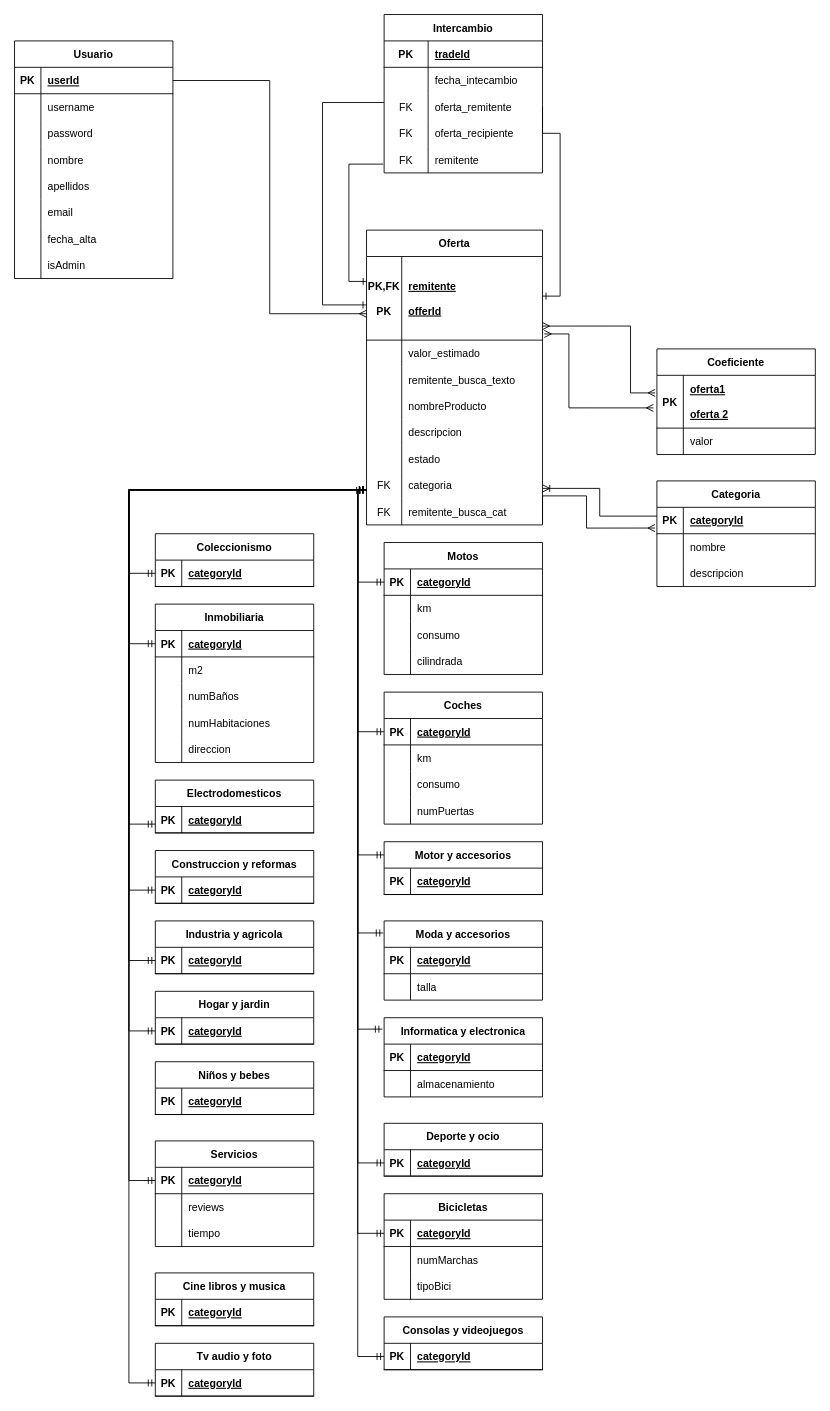
Before: ERD 01.drawio in Tomasdelpinorep/Proyecto-Final, a draw.io diagram. Source tidied: cells renumbered, new cells numbered last; positions are measured from the earlier drawing's top-left corner, leaving out a move shared by most shapes. Both pictures are drawn from the tidied source at 88%, with x=0, y=0 at pixel (14, 14).
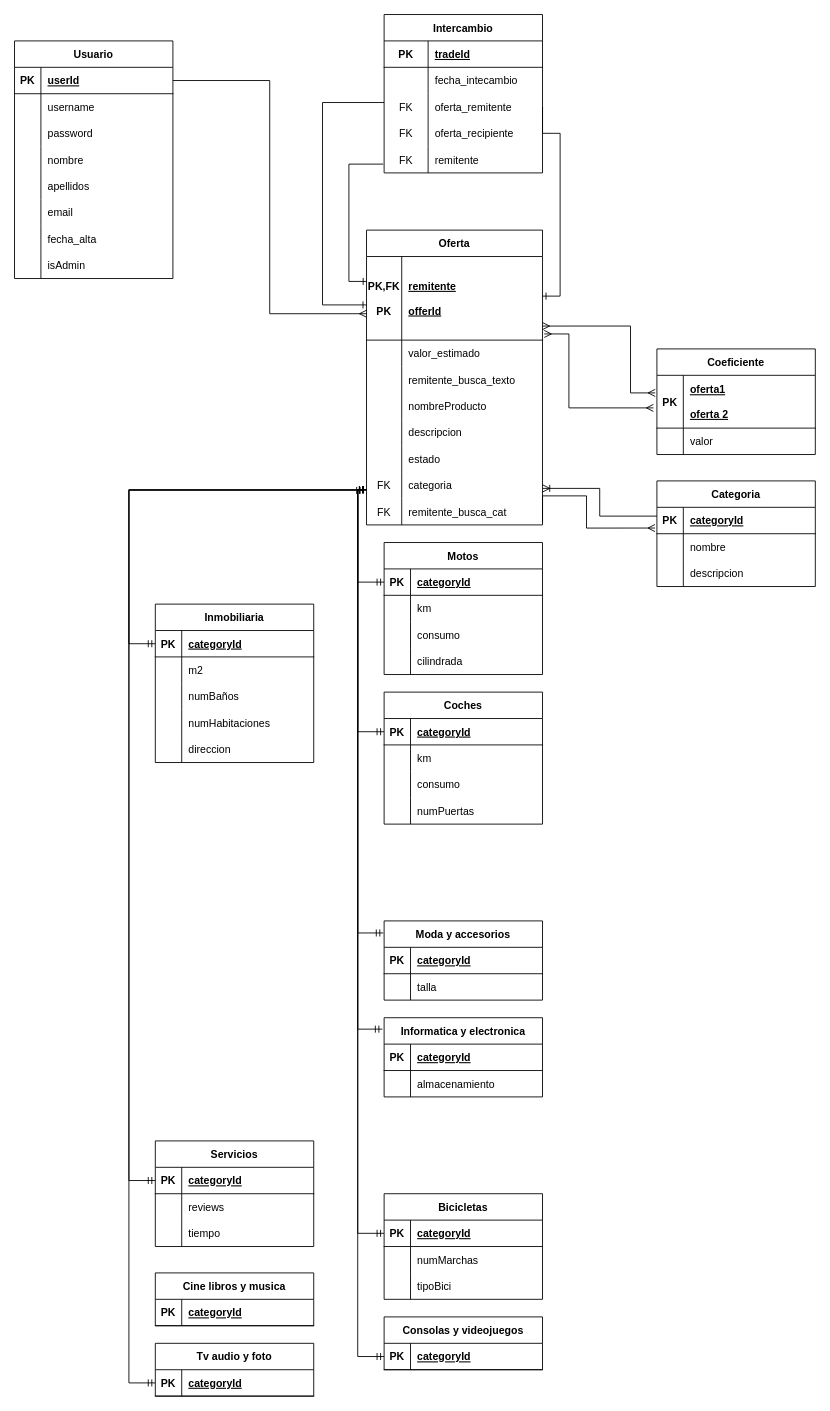
Above is the later version.

Unchanged cells that the change refers to:
```xml
<mxCell id="46" style="shape=tableRow;horizontal=0;startSize=0;swimlaneHead=0;swimlaneBody=0;fillColor=none;points=[[0,0.5],[1,0.5]];portConstraint=eastwest;top=0;left=0;right=0;bottom=0;" parent="27" vertex="1">
  <mxGeometry y="275" width="200" height="30" as="geometry" />
</mxCell>
```

What changed in the source:
```diff
@@
-    <mxCell id="129" value="Motor y accesorios" style="shape=table;startSize=30;childLayout=tableLayout;rowLines=0;fontStyle=1;align=center;" parent="1" vertex="1">
-      <mxGeometry x="420" y="940" width="180" height="60" as="geometry" />
-    </mxCell>
-    <mxCell id="130" style="shape=tableRow;horizontal=0;startSize=0;swimlaneHead=0;swimlaneBody=0;fillColor=none;top=0;left=0;right=0;bottom=1;" parent="129" vertex="1">
-      <mxGeometry y="30" width="180" height="30" as="geometry" />
-    </mxCell>
-    <mxCell id="131" value="PK" style="shape=partialRectangle;fillColor=none;top=0;left=0;bottom=0;right=0;fontStyle=1;overflow=hidden;" parent="130" vertex="1">
-      <mxGeometry width="30" height="30" as="geometry" />
-    </mxCell>
-    <mxCell id="132" value="categoryId" style="shape=partialRectangle;fillColor=none;top=0;left=0;bottom=0;right=0;align=left;spacingLeft=6;fontStyle=5;overflow=hidden;" parent="130" vertex="1">
-      <mxGeometry x="30" width="150" height="30" as="geometry" />
-    </mxCell>
@@
-    <mxCell id="167" value="Deporte y ocio" style="shape=table;startSize=30;childLayout=tableLayout;rowLines=0;fontStyle=1;align=center;" parent="1" vertex="1">
-      <mxGeometry x="420" y="1260" width="180" height="60" as="geometry" />
-    </mxCell>
-    <mxCell id="168" style="shape=tableRow;horizontal=0;startSize=0;swimlaneHead=0;swimlaneBody=0;fillColor=none;points=[[0,0.5],[1,0.5]];portConstraint=eastwest;top=0;left=0;right=0;bottom=1;" parent="167" vertex="1">
-      <mxGeometry y="30" width="180" height="30" as="geometry" />
-    </mxCell>
-    <mxCell id="169" value="PK" style="shape=partialRectangle;fillColor=none;top=0;left=0;bottom=0;right=0;fontStyle=1;overflow=hidden;" parent="168" vertex="1">
-      <mxGeometry width="30" height="30" as="geometry" />
-    </mxCell>
-    <mxCell id="170" value="categoryId" style="shape=partialRectangle;fillColor=none;top=0;left=0;bottom=0;right=0;align=left;spacingLeft=6;fontStyle=5;overflow=hidden;" parent="168" vertex="1">
-      <mxGeometry x="30" width="150" height="30" as="geometry" />
-    </mxCell>
@@
-    <mxCell id="185" value="Hogar y jardin" style="shape=table;startSize=30;childLayout=tableLayout;rowLines=0;fontStyle=1;align=center;" parent="1" vertex="1">
-      <mxGeometry x="160" y="1110" width="180" height="60" as="geometry" />
-    </mxCell>
-    <mxCell id="186" style="shape=tableRow;horizontal=0;startSize=0;swimlaneHead=0;swimlaneBody=0;fillColor=none;top=0;left=0;right=0;bottom=1;" parent="185" vertex="1">
-      <mxGeometry y="30" width="180" height="30" as="geometry" />
-    </mxCell>
-    <mxCell id="187" value="PK" style="shape=partialRectangle;fillColor=none;top=0;left=0;bottom=0;right=0;fontStyle=1;overflow=hidden;" parent="186" vertex="1">
-      <mxGeometry width="30" height="30" as="geometry" />
-    </mxCell>
-    <mxCell id="188" value="categoryId" style="shape=partialRectangle;fillColor=none;top=0;left=0;bottom=0;right=0;align=left;spacingLeft=6;fontStyle=5;overflow=hidden;" parent="186" vertex="1">
-      <mxGeometry x="30" width="150" height="30" as="geometry" />
-    </mxCell>
-    <mxCell id="189" value="Electrodomesticos" style="shape=table;startSize=30;childLayout=tableLayout;rowLines=0;fontStyle=1;align=center;" parent="1" vertex="1">
-      <mxGeometry x="160" y="870" width="180" height="60" as="geometry" />
-    </mxCell>
-    <mxCell id="190" style="shape=tableRow;horizontal=0;startSize=0;swimlaneHead=0;swimlaneBody=0;fillColor=none;points=[[0,0.5],[1,0.5]];portConstraint=eastwest;top=0;left=0;right=0;bottom=1;" parent="189" vertex="1">
-      <mxGeometry y="30" width="180" height="30" as="geometry" />
-    </mxCell>
-    <mxCell id="191" value="PK" style="shape=partialRectangle;fillColor=none;top=0;left=0;bottom=0;right=0;fontStyle=1;overflow=hidden;" parent="190" vertex="1">
-      <mxGeometry width="30" height="30" as="geometry" />
-    </mxCell>
-    <mxCell id="192" value="categoryId" style="shape=partialRectangle;fillColor=none;top=0;left=0;bottom=0;right=0;align=left;spacingLeft=6;fontStyle=5;overflow=hidden;" parent="190" vertex="1">
-      <mxGeometry x="30" width="150" height="30" as="geometry" />
-    </mxCell>
@@
-    <mxCell id="197" value="Niños y bebes" style="shape=table;startSize=30;childLayout=tableLayout;rowLines=0;fontStyle=1;align=center;" parent="1" vertex="1">
-      <mxGeometry x="160" y="1190" width="180" height="60" as="geometry" />
-    </mxCell>
-    <mxCell id="198" style="shape=tableRow;horizontal=0;startSize=0;swimlaneHead=0;swimlaneBody=0;fillColor=none;top=0;left=0;right=0;bottom=1;" parent="197" vertex="1">
-      <mxGeometry y="30" width="180" height="30" as="geometry" />
-    </mxCell>
-    <mxCell id="199" value="PK" style="shape=partialRectangle;fillColor=none;top=0;left=0;bottom=0;right=0;fontStyle=1;overflow=hidden;" parent="198" vertex="1">
-      <mxGeometry width="30" height="30" as="geometry" />
-    </mxCell>
-    <mxCell id="200" value="categoryId" style="shape=partialRectangle;fillColor=none;top=0;left=0;bottom=0;right=0;align=left;spacingLeft=6;fontStyle=5;overflow=hidden;" parent="198" vertex="1">
-      <mxGeometry x="30" width="150" height="30" as="geometry" />
-    </mxCell>
-    <mxCell id="201" value="Coleccionismo" style="shape=table;startSize=30;childLayout=tableLayout;rowLines=0;fontStyle=1;align=center;" parent="1" vertex="1">
-      <mxGeometry x="160" y="590" width="180" height="60" as="geometry" />
-    </mxCell>
-    <mxCell id="202" style="shape=tableRow;horizontal=0;startSize=0;swimlaneHead=0;swimlaneBody=0;fillColor=none;top=0;left=0;right=0;bottom=1;" parent="201" vertex="1">
-      <mxGeometry y="30" width="180" height="30" as="geometry" />
-    </mxCell>
-    <mxCell id="203" value="PK" style="shape=partialRectangle;fillColor=none;top=0;left=0;bottom=0;right=0;fontStyle=1;overflow=hidden;" parent="202" vertex="1">
-      <mxGeometry width="30" height="30" as="geometry" />
-    </mxCell>
-    <mxCell id="204" value="categoryId" style="shape=partialRectangle;fillColor=none;top=0;left=0;bottom=0;right=0;align=left;spacingLeft=6;fontStyle=5;overflow=hidden;" parent="202" vertex="1">
-      <mxGeometry x="30" width="150" height="30" as="geometry" />
-    </mxCell>
-    <mxCell id="205" value="Construccion y reformas" style="shape=table;startSize=30;childLayout=tableLayout;rowLines=0;fontStyle=1;align=center;" parent="1" vertex="1">
-      <mxGeometry x="160" y="950" width="180" height="60" as="geometry" />
-    </mxCell>
-    <mxCell id="206" style="shape=tableRow;horizontal=0;startSize=0;swimlaneHead=0;swimlaneBody=0;fillColor=none;points=[[0,0.5],[1,0.5]];portConstraint=eastwest;top=0;left=0;right=0;bottom=1;" parent="205" vertex="1">
-      <mxGeometry y="30" width="180" height="30" as="geometry" />
-    </mxCell>
-    <mxCell id="207" value="PK" style="shape=partialRectangle;fillColor=none;top=0;left=0;bottom=0;right=0;fontStyle=1;overflow=hidden;" parent="206" vertex="1">
-      <mxGeometry width="30" height="30" as="geometry" />
-    </mxCell>
-    <mxCell id="208" value="categoryId" style="shape=partialRectangle;fillColor=none;top=0;left=0;bottom=0;right=0;align=left;spacingLeft=6;fontStyle=5;overflow=hidden;" parent="206" vertex="1">
-      <mxGeometry x="30" width="150" height="30" as="geometry" />
-    </mxCell>
-    <mxCell id="209" value="Industria y agricola" style="shape=table;startSize=30;childLayout=tableLayout;rowLines=0;fontStyle=1;align=center;" parent="1" vertex="1">
-      <mxGeometry x="160" y="1030" width="180" height="60" as="geometry" />
-    </mxCell>
-    <mxCell id="210" style="shape=tableRow;horizontal=0;startSize=0;swimlaneHead=0;swimlaneBody=0;fillColor=none;points=[[0,0.5],[1,0.5]];portConstraint=eastwest;top=0;left=0;right=0;bottom=1;" parent="209" vertex="1">
-      <mxGeometry y="30" width="180" height="30" as="geometry" />
-    </mxCell>
-    <mxCell id="211" value="PK" style="shape=partialRectangle;fillColor=none;top=0;left=0;bottom=0;right=0;fontStyle=1;overflow=hidden;" parent="210" vertex="1">
-      <mxGeometry width="30" height="30" as="geometry" />
-    </mxCell>
-    <mxCell id="212" value="categoryId" style="shape=partialRectangle;fillColor=none;top=0;left=0;bottom=0;right=0;align=left;spacingLeft=6;fontStyle=5;overflow=hidden;" parent="210" vertex="1">
-      <mxGeometry x="30" width="150" height="30" as="geometry" />
-    </mxCell>
@@
-    <mxCell id="215" style="edgeStyle=orthogonalEdgeStyle;fontSize=12;html=1;endArrow=ERmandOne;startArrow=ERmandOne;rounded=0;exitX=0;exitY=0.25;exitDx=0;exitDy=0;" parent="1" edge="1" source="129">
-      <mxGeometry relative="1" as="geometry">
-        <mxPoint x="400" y="540" as="targetPoint" />
-        <Array as="points">
-          <mxPoint x="390" y="955" />
-          <mxPoint x="390" y="540" />
-          <mxPoint x="400" y="540" />
-        </Array>
-      </mxGeometry>
-    </mxCell>
@@
-    <mxCell id="218" style="edgeStyle=orthogonalEdgeStyle;fontSize=12;html=1;endArrow=ERmandOne;startArrow=ERmandOne;rounded=0;exitX=0;exitY=0.5;exitDx=0;exitDy=0;entryX=0.001;entryY=0.67;entryDx=0;entryDy=0;entryPerimeter=0;" parent="1" edge="1" source="168" target="46">
-      <mxGeometry relative="1" as="geometry">
-        <Array as="points">
-          <mxPoint x="390" y="1305" />
-          <mxPoint x="390" y="540" />
-        </Array>
-      </mxGeometry>
-    </mxCell>
@@
-    <mxCell id="223" style="edgeStyle=orthogonalEdgeStyle;fontSize=12;html=1;endArrow=ERmandOne;startArrow=ERmandOne;rounded=0;exitX=0;exitY=0.5;exitDx=0;exitDy=0;" parent="1" edge="1">
-      <mxGeometry relative="1" as="geometry">
-        <mxPoint x="160" y="1155" as="sourcePoint" />
-        <mxPoint x="400" y="540" as="targetPoint" />
-        <Array as="points">
-          <mxPoint x="130" y="1155" />
-          <mxPoint x="130" y="540" />
-        </Array>
-      </mxGeometry>
-    </mxCell>
-    <mxCell id="224" style="edgeStyle=orthogonalEdgeStyle;fontSize=12;html=1;endArrow=ERmandOne;startArrow=ERmandOne;rounded=0;exitX=0;exitY=0.5;exitDx=0;exitDy=0;" parent="1" edge="1" source="210">
-      <mxGeometry relative="1" as="geometry">
-        <mxPoint x="400" y="540" as="targetPoint" />
-        <Array as="points">
-          <mxPoint x="130" y="1075" />
-          <mxPoint x="130" y="540" />
-        </Array>
-      </mxGeometry>
-    </mxCell>
-    <mxCell id="225" style="edgeStyle=orthogonalEdgeStyle;fontSize=12;html=1;endArrow=ERmandOne;startArrow=ERmandOne;rounded=0;exitX=0;exitY=0.5;exitDx=0;exitDy=0;" parent="1" edge="1" source="206">
-      <mxGeometry relative="1" as="geometry">
-        <mxPoint x="400" y="540" as="targetPoint" />
-        <Array as="points">
-          <mxPoint x="130" y="995" />
-          <mxPoint x="130" y="540" />
-        </Array>
-      </mxGeometry>
-    </mxCell>
-    <mxCell id="226" style="edgeStyle=orthogonalEdgeStyle;fontSize=12;html=1;endArrow=ERmandOne;startArrow=ERmandOne;rounded=0;exitX=0;exitY=0.667;exitDx=0;exitDy=0;exitPerimeter=0;" parent="1" edge="1" source="190">
-      <mxGeometry relative="1" as="geometry">
-        <mxPoint x="400" y="540" as="targetPoint" />
-        <Array as="points">
-          <mxPoint x="130" y="920" />
-          <mxPoint x="130" y="540" />
-        </Array>
-      </mxGeometry>
-    </mxCell>
@@
-    <mxCell id="228" style="edgeStyle=orthogonalEdgeStyle;fontSize=12;html=1;endArrow=ERmandOne;startArrow=ERmandOne;rounded=0;" parent="1" edge="1">
-      <mxGeometry relative="1" as="geometry">
-        <mxPoint x="160" y="635" as="sourcePoint" />
-        <mxPoint x="400" y="540" as="targetPoint" />
-        <Array as="points">
-          <mxPoint x="130" y="635" />
-          <mxPoint x="130" y="540" />
-          <mxPoint x="400" y="540" />
-        </Array>
-      </mxGeometry>
-    </mxCell>
```
